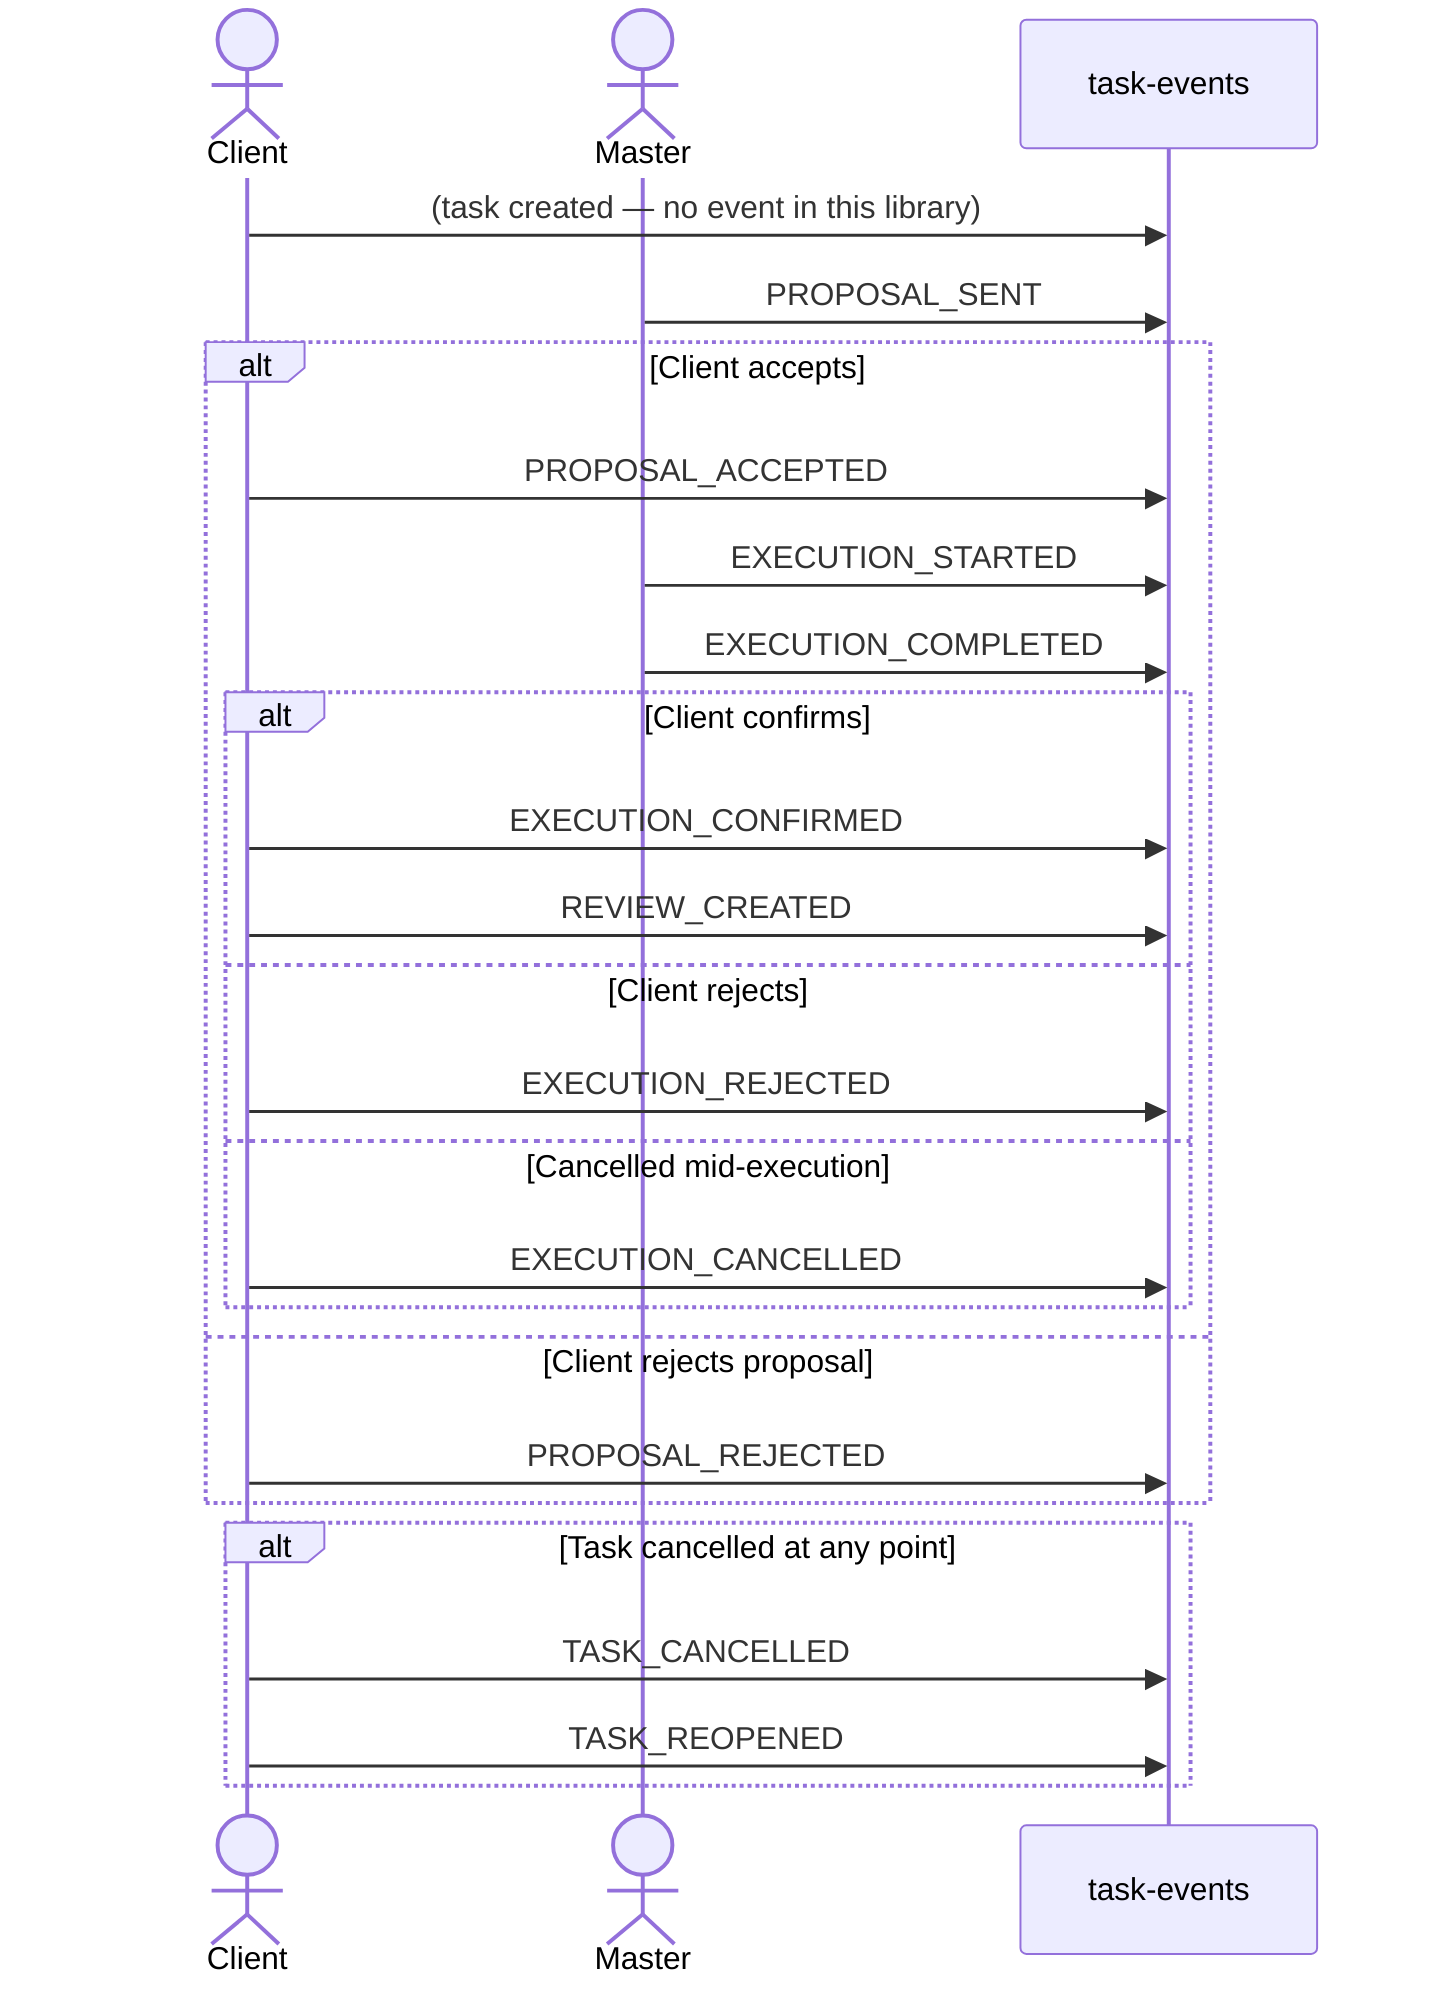
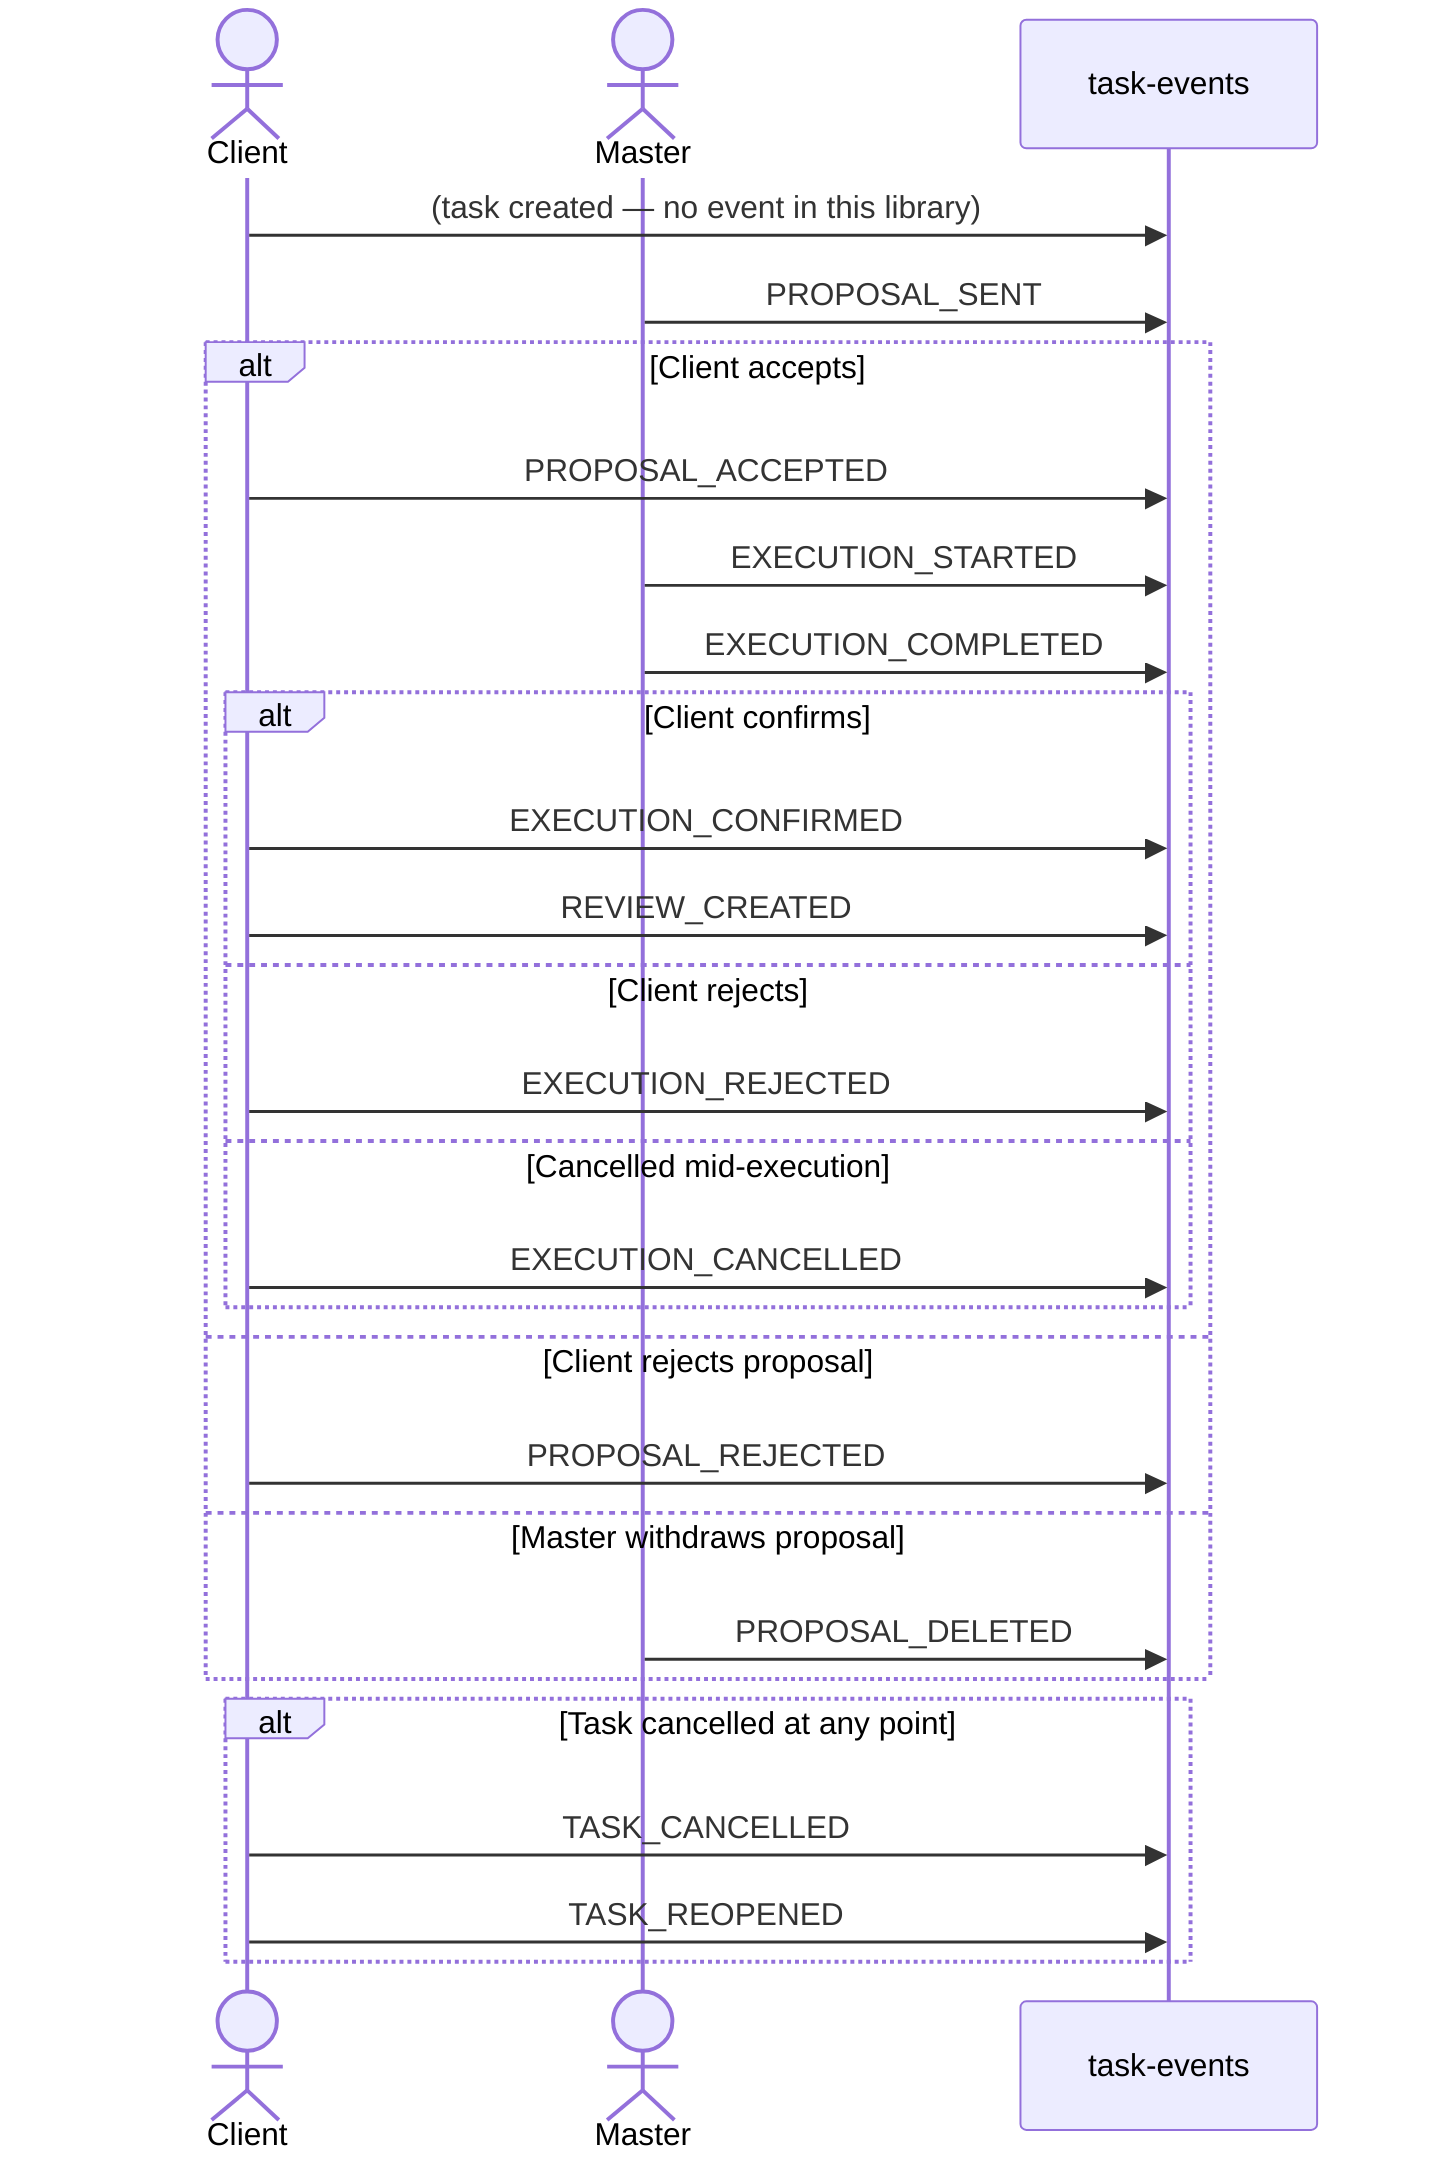
sequenceDiagram
    actor Client
    actor Master
    participant topic as task-events

    Client->>topic: (task created — no event in this library)
    Master->>topic: PROPOSAL_SENT

    alt Client accepts
        Client->>topic: PROPOSAL_ACCEPTED
        Master->>topic: EXECUTION_STARTED
        Master->>topic: EXECUTION_COMPLETED

        alt Client confirms
            Client->>topic: EXECUTION_CONFIRMED
            Client->>topic: REVIEW_CREATED
        else Client rejects
            Client->>topic: EXECUTION_REJECTED
        else Cancelled mid-execution
            Client->>topic: EXECUTION_CANCELLED
        end
    else Client rejects proposal
        Client->>topic: PROPOSAL_REJECTED
+     else Master withdraws proposal
+         Master->>topic: PROPOSAL_DELETED
    end

    alt Task cancelled at any point
        Client->>topic: TASK_CANCELLED
        Client->>topic: TASK_REOPENED
    end
